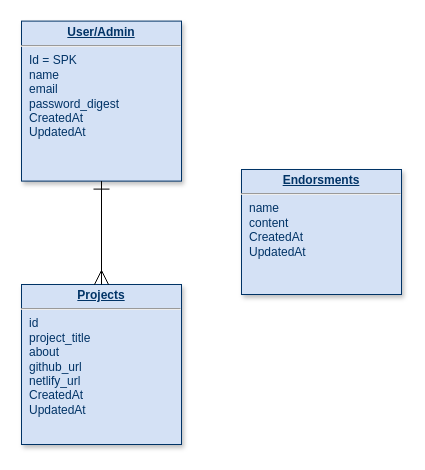
Earlier version of the draw.io diagram Untitled Diagram.drawio (ashleymhuynh/portfolio). Source tidied: cells renumbered, new cells numbered last; positions are measured from the earlier drawing's top-left corner, leaving out a move shared by most shapes. Both pictures are drawn from the tidied source at 100%, with x=0, y=0 at pixel (21, 21).
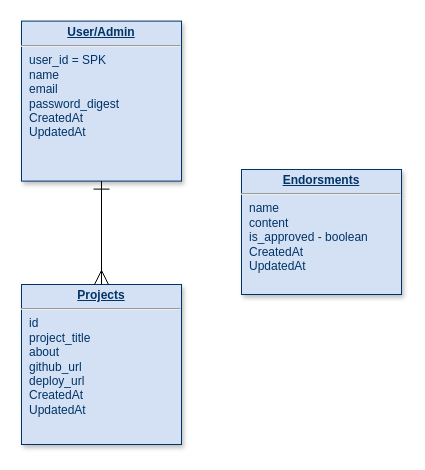
Above is the later version.

Diff of the diagram source:
```diff
@@
 <mxGraphModel>
   <root>
     <mxCell id="0" />
     <mxCell id="1" parent="0" />
-    <mxCell id="2" value="&lt;p style=&quot;margin: 0px ; margin-top: 4px ; text-align: center ; text-decoration: underline&quot;&gt;&lt;strong&gt;Endorsments&lt;/strong&gt;&lt;/p&gt;&lt;hr&gt;&lt;p style=&quot;margin: 0px ; margin-left: 8px&quot;&gt;&lt;span&gt;name&lt;/span&gt;&lt;/p&gt;&lt;p style=&quot;margin: 0px ; margin-left: 8px&quot;&gt;&lt;span&gt;content&lt;/span&gt;&lt;/p&gt;&lt;p style=&quot;margin: 0px ; margin-left: 8px&quot;&gt;&lt;span&gt;CreatedAt&lt;/span&gt;&lt;br&gt;&lt;/p&gt;&lt;p style=&quot;margin: 0px ; margin-left: 8px&quot;&gt;UpdatedAt&lt;/p&gt;&lt;p style=&quot;margin: 0px ; margin-left: 8px&quot;&gt;&lt;br&gt;&lt;/p&gt;" style="verticalAlign=top;align=left;overflow=fill;fontSize=12;fontFamily=Helvetica;html=1;strokeColor=#003366;shadow=1;fillColor=#D4E1F5;fontColor=#003366;" parent="1" vertex="1">
+    <mxCell id="2" value="&lt;p style=&quot;margin: 0px ; margin-top: 4px ; text-align: center ; text-decoration: underline&quot;&gt;&lt;strong&gt;Endorsments&lt;/strong&gt;&lt;/p&gt;&lt;hr&gt;&lt;p style=&quot;margin: 0px ; margin-left: 8px&quot;&gt;&lt;span&gt;name&lt;/span&gt;&lt;/p&gt;&lt;p style=&quot;margin: 0px ; margin-left: 8px&quot;&gt;&lt;span&gt;content&lt;/span&gt;&lt;/p&gt;&lt;p style=&quot;margin: 0px ; margin-left: 8px&quot;&gt;&lt;span&gt;is_approved - boolean&lt;/span&gt;&lt;/p&gt;&lt;p style=&quot;margin: 0px ; margin-left: 8px&quot;&gt;&lt;span&gt;CreatedAt&lt;/span&gt;&lt;br&gt;&lt;/p&gt;&lt;p style=&quot;margin: 0px ; margin-left: 8px&quot;&gt;UpdatedAt&lt;/p&gt;&lt;p style=&quot;margin: 0px ; margin-left: 8px&quot;&gt;&lt;br&gt;&lt;/p&gt;" style="verticalAlign=top;align=left;overflow=fill;fontSize=12;fontFamily=Helvetica;html=1;strokeColor=#003366;shadow=1;fillColor=#D4E1F5;fontColor=#003366;" parent="1" vertex="1">
       <mxGeometry x="220" y="148" width="160" height="125" as="geometry" />
     </mxCell>
-    <mxCell id="3" value="&lt;p style=&quot;margin: 0px ; margin-top: 4px ; text-align: center ; text-decoration: underline&quot;&gt;&lt;strong&gt;Projects&lt;/strong&gt;&lt;/p&gt;&lt;hr&gt;&lt;p style=&quot;margin: 0px ; margin-left: 8px&quot;&gt;&lt;span&gt;id&amp;nbsp;&lt;/span&gt;&lt;/p&gt;&lt;p style=&quot;margin: 0px ; margin-left: 8px&quot;&gt;&lt;span&gt;project_title&lt;/span&gt;&lt;br&gt;&lt;/p&gt;&lt;p style=&quot;margin: 0px ; margin-left: 8px&quot;&gt;about&lt;/p&gt;&lt;p style=&quot;margin: 0px ; margin-left: 8px&quot;&gt;github_url&lt;/p&gt;&lt;p style=&quot;margin: 0px ; margin-left: 8px&quot;&gt;netlify_url&lt;/p&gt;&lt;p style=&quot;margin: 0px ; margin-left: 8px&quot;&gt;CreatedAt&lt;/p&gt;&lt;p style=&quot;margin: 0px ; margin-left: 8px&quot;&gt;UpdatedAt&lt;/p&gt;&lt;p style=&quot;margin: 0px ; margin-left: 8px&quot;&gt;&lt;br&gt;&lt;/p&gt;" style="verticalAlign=top;align=left;overflow=fill;fontSize=12;fontFamily=Helvetica;html=1;strokeColor=#003366;shadow=1;fillColor=#D4E1F5;fontColor=#003366;" parent="1" vertex="1">
+    <mxCell id="3" value="&lt;p style=&quot;margin: 0px ; margin-top: 4px ; text-align: center ; text-decoration: underline&quot;&gt;&lt;strong&gt;Projects&lt;/strong&gt;&lt;/p&gt;&lt;hr&gt;&lt;p style=&quot;margin: 0px ; margin-left: 8px&quot;&gt;&lt;span&gt;id&amp;nbsp;&lt;/span&gt;&lt;/p&gt;&lt;p style=&quot;margin: 0px ; margin-left: 8px&quot;&gt;&lt;span&gt;project_title&lt;/span&gt;&lt;br&gt;&lt;/p&gt;&lt;p style=&quot;margin: 0px ; margin-left: 8px&quot;&gt;about&lt;/p&gt;&lt;p style=&quot;margin: 0px ; margin-left: 8px&quot;&gt;github_url&lt;/p&gt;&lt;p style=&quot;margin: 0px ; margin-left: 8px&quot;&gt;deploy_url&lt;/p&gt;&lt;p style=&quot;margin: 0px ; margin-left: 8px&quot;&gt;CreatedAt&lt;/p&gt;&lt;p style=&quot;margin: 0px ; margin-left: 8px&quot;&gt;UpdatedAt&lt;/p&gt;&lt;p style=&quot;margin: 0px ; margin-left: 8px&quot;&gt;&lt;br&gt;&lt;/p&gt;" style="verticalAlign=top;align=left;overflow=fill;fontSize=12;fontFamily=Helvetica;html=1;strokeColor=#003366;shadow=1;fillColor=#D4E1F5;fontColor=#003366;" parent="1" vertex="1">
       <mxGeometry y="263" width="160" height="160" as="geometry" />
     </mxCell>
-    <mxCell id="4" value="&lt;p style=&quot;margin: 0px ; margin-top: 4px ; text-align: center ; text-decoration: underline&quot;&gt;&lt;strong&gt;User/Admin&lt;/strong&gt;&lt;/p&gt;&lt;hr&gt;&lt;p style=&quot;margin: 0px ; margin-left: 8px&quot;&gt;Id = SPK&lt;/p&gt;&lt;p style=&quot;margin: 0px ; margin-left: 8px&quot;&gt;&lt;span&gt;name&lt;/span&gt;&lt;br&gt;&lt;/p&gt;&lt;p style=&quot;margin: 0px ; margin-left: 8px&quot;&gt;email&lt;/p&gt;&lt;p style=&quot;margin: 0px ; margin-left: 8px&quot;&gt;&lt;span&gt;password_digest&lt;/span&gt;&lt;/p&gt;&lt;p style=&quot;margin: 0px ; margin-left: 8px&quot;&gt;&lt;span&gt;CreatedAt&lt;/span&gt;&lt;br&gt;&lt;/p&gt;&lt;p style=&quot;margin: 0px ; margin-left: 8px&quot;&gt;UpdatedAt&lt;/p&gt;&lt;p style=&quot;margin: 0px ; margin-left: 8px&quot;&gt;&lt;br&gt;&lt;/p&gt;" style="verticalAlign=top;align=left;overflow=fill;fontSize=12;fontFamily=Helvetica;html=1;strokeColor=#003366;shadow=1;fillColor=#D4E1F5;fontColor=#003366;" parent="1" vertex="1">
+    <mxCell id="4" value="&lt;p style=&quot;margin: 0px ; margin-top: 4px ; text-align: center ; text-decoration: underline&quot;&gt;&lt;strong&gt;User/Admin&lt;/strong&gt;&lt;/p&gt;&lt;hr&gt;&lt;p style=&quot;margin: 0px ; margin-left: 8px&quot;&gt;user_id = SPK&lt;/p&gt;&lt;p style=&quot;margin: 0px ; margin-left: 8px&quot;&gt;&lt;span&gt;name&lt;/span&gt;&lt;br&gt;&lt;/p&gt;&lt;p style=&quot;margin: 0px ; margin-left: 8px&quot;&gt;email&lt;/p&gt;&lt;p style=&quot;margin: 0px ; margin-left: 8px&quot;&gt;&lt;span&gt;password_digest&lt;/span&gt;&lt;/p&gt;&lt;p style=&quot;margin: 0px ; margin-left: 8px&quot;&gt;&lt;span&gt;CreatedAt&lt;/span&gt;&lt;br&gt;&lt;/p&gt;&lt;p style=&quot;margin: 0px ; margin-left: 8px&quot;&gt;UpdatedAt&lt;/p&gt;&lt;p style=&quot;margin: 0px ; margin-left: 8px&quot;&gt;&lt;br&gt;&lt;/p&gt;" style="verticalAlign=top;align=left;overflow=fill;fontSize=12;fontFamily=Helvetica;html=1;strokeColor=#003366;shadow=1;fillColor=#D4E1F5;fontColor=#003366;" parent="1" vertex="1">
       <mxGeometry y="-0.4" width="160" height="160" as="geometry" />
     </mxCell>
     <mxCell id="5" style="endArrow=ERmany;endSize=12;startArrow=ERone;startSize=14;startFill=0;edgeStyle=orthogonalEdgeStyle;endFill=0;" parent="1" edge="1" source="4" target="3">
       <mxGeometry x="620" y="340" as="geometry" />
     </mxCell>
   </root>
 </mxGraphModel>
```
